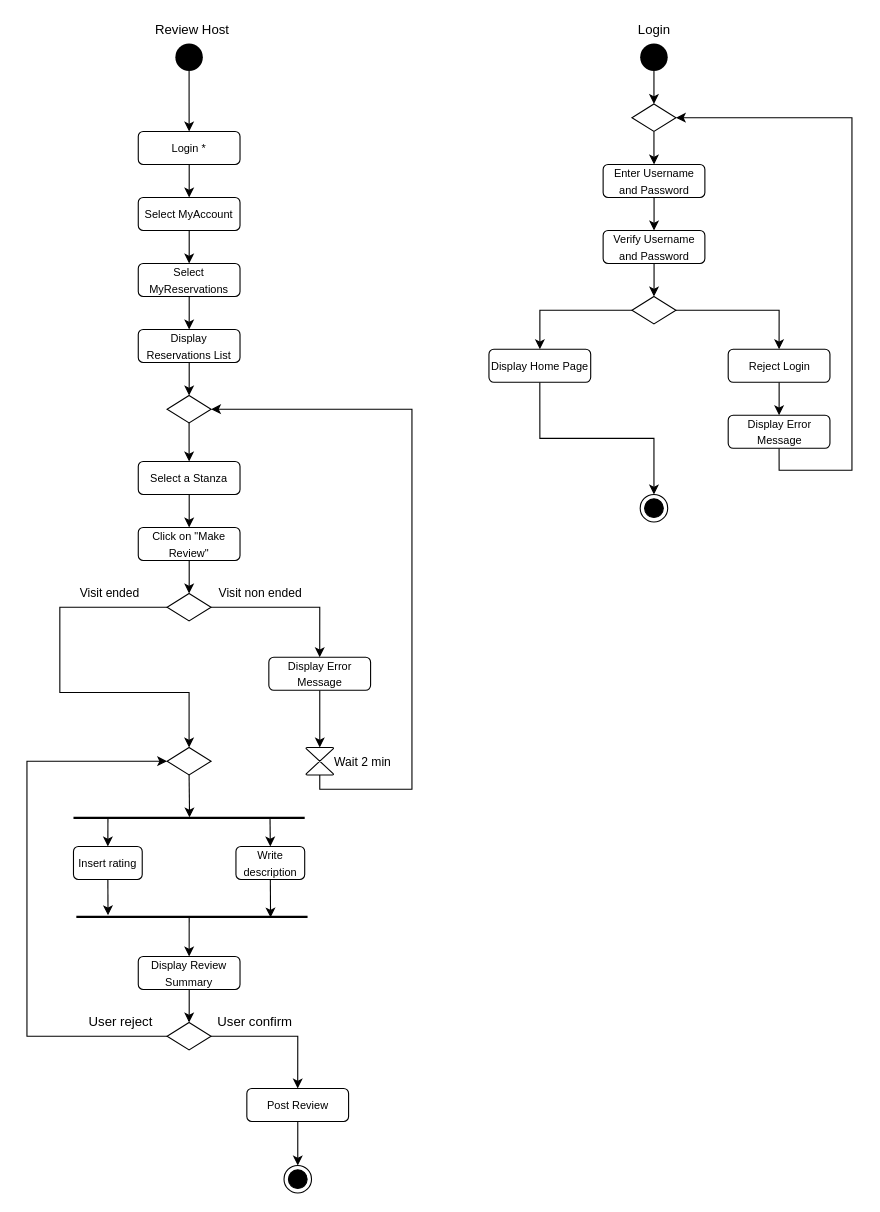
Before: Deliverables/Activity Diagram/Activity Diagram Agostinelli.drawio in nic-agos/DoveStudi, a draw.io diagram. Source tidied: cells renumbered, new cells numbered last; positions are measured from the earlier drawing's top-left corner, leaving out a move shared by most shapes. Both pictures are drawn from the tidied source at 110%, with x=0, y=0 at pixel (26, 19).
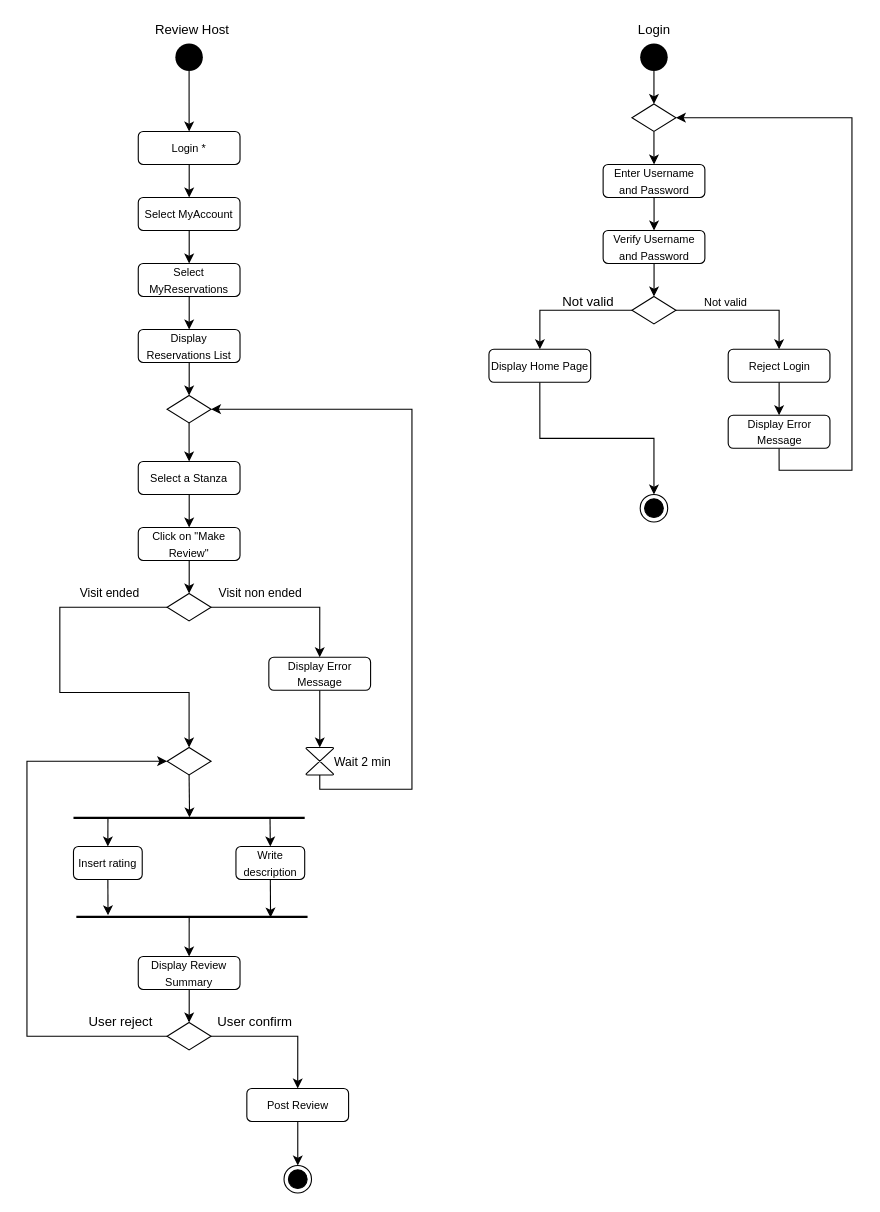
The same diagram, later.

Commit message:
Added guards to Log In

The edit, as a diff of the source:
```diff
@@
+    <mxCell id="69" value="&lt;span style=&quot;font-size: 10px&quot;&gt;Not valid&lt;/span&gt;" style="text;html=1;align=center;verticalAlign=middle;" parent="1" vertex="1">
+      <mxGeometry x="610" y="247" width="50" height="20" as="geometry" />
+    </mxCell>
+    <mxCell id="70" value="Not valid" style="text;html=1;align=center;verticalAlign=middle;" parent="1" vertex="1">
+      <mxGeometry x="480" y="247" width="60" height="20" as="geometry" />
+    </mxCell>
```
